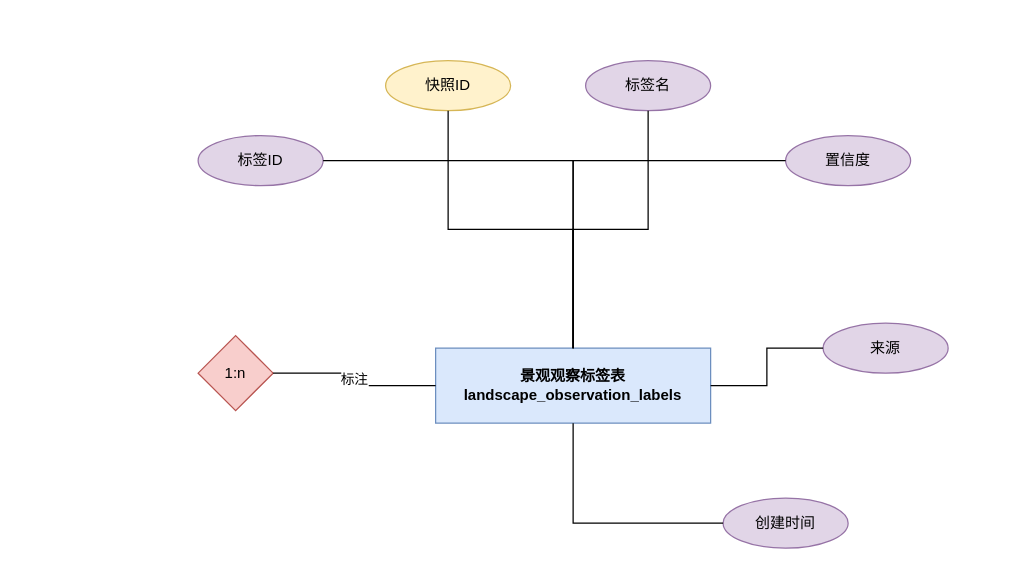
Earlier version of the draw.io diagram DOCS/architecture-diagrams/sources/景观观察标签表.drawio (612cs/TrailQuest). Source tidied: cells renumbered, new cells numbered last; positions are measured from the earlier drawing's top-left corner, leaving out a move shared by most shapes. Both pictures are drawn from the tidied source at 125%, with x=0, y=0 at pixel (198, 60).
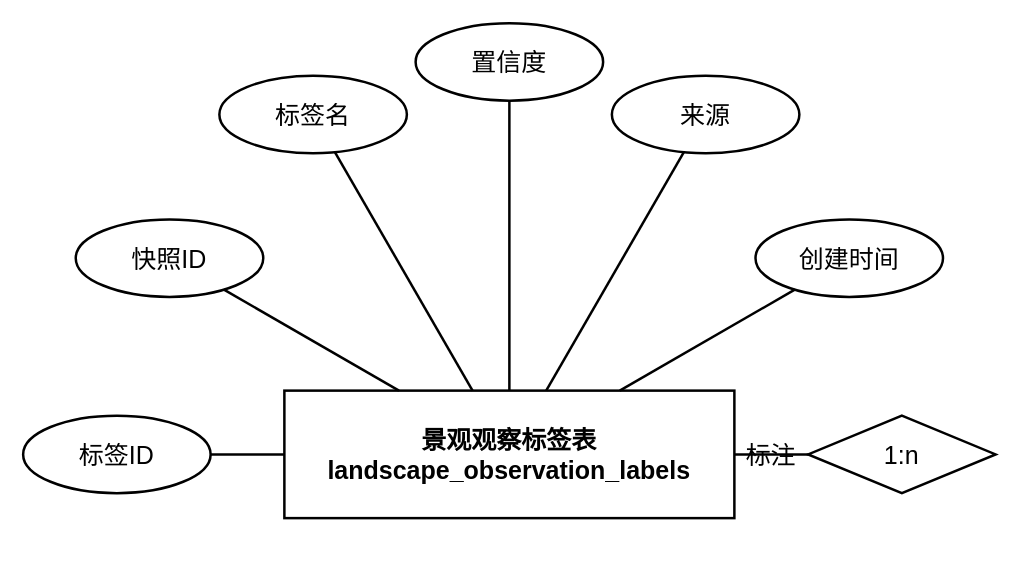
The same page after the edit.

The edit, as a diff of the source:
```diff
@@
 <mxGraphModel>
   <root>
     <mxCell id="0" />
     <mxCell id="1" parent="0" />
-    <mxCell id="2" value="景观观察标签表&#10;landscape_observation_labels" style="rounded=0;whiteSpace=wrap;html=1;fillColor=#dae8fc;strokeColor=#6c8ebf;fontSize=12;fontStyle=1;" parent="1" vertex="1">
-      <mxGeometry x="190" y="230" width="220" height="60" as="geometry" />
+    <mxCell id="2" value="景观观察标签表&#10;landscape_observation_labels" style="rounded=0;whiteSpace=wrap;html=1;fillColor=none;strokeColor=#000000;fontSize=20;fontStyle=1;gradientColor=none;fontColor=#000000;strokeWidth=2;shadow=0;glass=0;" parent="1" vertex="1">
+      <mxGeometry x="69" y="264" width="360" height="102" as="geometry" />
     </mxCell>
-    <mxCell id="3" value="标签ID" style="ellipse;whiteSpace=wrap;html=1;fillColor=#e1d5e7;strokeColor=#9673a6;" parent="1" vertex="1">
-      <mxGeometry y="60" width="100" height="40" as="geometry" />
+    <mxCell id="3" value="标签ID" style="ellipse;whiteSpace=wrap;html=1;fillColor=none;strokeColor=#000000;gradientColor=none;fontColor=#000000;fontSize=20;strokeWidth=2;shadow=0;glass=0;" parent="1" vertex="1">
+      <mxGeometry x="-140" y="284" width="150" height="62" as="geometry" />
     </mxCell>
-    <mxCell id="4" style="edgeStyle=orthogonalEdgeStyle;rounded=0;jettySize=auto;html=1;endArrow=none;endFill=0;" parent="1" edge="1" source="3" target="2">
+    <mxCell id="4" style="rounded=0;html=1;endArrow=none;endFill=0;strokeColor=#000000;strokeWidth=2;" parent="1" edge="1" source="3" target="2">
       <mxGeometry relative="1" as="geometry" />
     </mxCell>
-    <mxCell id="5" value="快照ID" style="ellipse;whiteSpace=wrap;html=1;fillColor=#fff2cc;strokeColor=#d6b656;" parent="1" vertex="1">
-      <mxGeometry x="150" width="100" height="40" as="geometry" />
+    <mxCell id="5" value="快照ID" style="ellipse;whiteSpace=wrap;html=1;fillColor=none;strokeColor=#000000;gradientColor=none;fontColor=#000000;fontSize=20;strokeWidth=2;shadow=0;glass=0;" parent="1" vertex="1">
+      <mxGeometry x="-97.9" y="127" width="150" height="62" as="geometry" />
     </mxCell>
-    <mxCell id="6" style="edgeStyle=orthogonalEdgeStyle;rounded=0;jettySize=auto;html=1;endArrow=none;endFill=0;" parent="1" edge="1" source="5" target="2">
+    <mxCell id="6" style="rounded=0;html=1;endArrow=none;endFill=0;strokeColor=#000000;strokeWidth=2;" parent="1" edge="1" source="5" target="2">
       <mxGeometry relative="1" as="geometry" />
     </mxCell>
-    <mxCell id="7" value="标签名" style="ellipse;whiteSpace=wrap;html=1;fillColor=#e1d5e7;strokeColor=#9673a6;" parent="1" vertex="1">
-      <mxGeometry x="310" width="100" height="40" as="geometry" />
+    <mxCell id="7" value="标签名" style="ellipse;whiteSpace=wrap;html=1;fillColor=none;strokeColor=#000000;gradientColor=none;fontColor=#000000;fontSize=20;strokeWidth=2;shadow=0;glass=0;" parent="1" vertex="1">
+      <mxGeometry x="17" y="12.1" width="150" height="62" as="geometry" />
     </mxCell>
-    <mxCell id="8" style="edgeStyle=orthogonalEdgeStyle;rounded=0;jettySize=auto;html=1;endArrow=none;endFill=0;" parent="1" edge="1" source="7" target="2">
+    <mxCell id="8" style="rounded=0;html=1;endArrow=none;endFill=0;strokeColor=#000000;strokeWidth=2;" parent="1" edge="1" source="7" target="2">
       <mxGeometry relative="1" as="geometry" />
     </mxCell>
-    <mxCell id="9" value="置信度" style="ellipse;whiteSpace=wrap;html=1;fillColor=#e1d5e7;strokeColor=#9673a6;" parent="1" vertex="1">
-      <mxGeometry x="470" y="60" width="100" height="40" as="geometry" />
+    <mxCell id="9" value="置信度" style="ellipse;whiteSpace=wrap;html=1;fillColor=none;strokeColor=#000000;gradientColor=none;fontColor=#000000;fontSize=20;strokeWidth=2;shadow=0;glass=0;" parent="1" vertex="1">
+      <mxGeometry x="174" y="-30" width="150" height="62" as="geometry" />
     </mxCell>
-    <mxCell id="10" style="edgeStyle=orthogonalEdgeStyle;rounded=0;jettySize=auto;html=1;endArrow=none;endFill=0;" parent="1" edge="1" source="9" target="2">
+    <mxCell id="10" style="rounded=0;html=1;endArrow=none;endFill=0;strokeColor=#000000;strokeWidth=2;" parent="1" edge="1" source="9" target="2">
       <mxGeometry relative="1" as="geometry" />
     </mxCell>
-    <mxCell id="11" value="来源" style="ellipse;whiteSpace=wrap;html=1;fillColor=#e1d5e7;strokeColor=#9673a6;" parent="1" vertex="1">
-      <mxGeometry x="500" y="210" width="100" height="40" as="geometry" />
+    <mxCell id="11" value="来源" style="ellipse;whiteSpace=wrap;html=1;fillColor=none;strokeColor=#000000;gradientColor=none;fontColor=#000000;fontSize=20;strokeWidth=2;shadow=0;glass=0;" parent="1" vertex="1">
+      <mxGeometry x="331" y="12.1" width="150" height="62" as="geometry" />
     </mxCell>
-    <mxCell id="12" style="edgeStyle=orthogonalEdgeStyle;rounded=0;jettySize=auto;html=1;endArrow=none;endFill=0;" parent="1" edge="1" source="11" target="2">
+    <mxCell id="12" style="rounded=0;html=1;endArrow=none;endFill=0;strokeColor=#000000;strokeWidth=2;" parent="1" edge="1" source="11" target="2">
       <mxGeometry relative="1" as="geometry" />
     </mxCell>
-    <mxCell id="13" value="创建时间" style="ellipse;whiteSpace=wrap;html=1;fillColor=#e1d5e7;strokeColor=#9673a6;" parent="1" vertex="1">
-      <mxGeometry x="420" y="350" width="100" height="40" as="geometry" />
+    <mxCell id="13" value="创建时间" style="ellipse;whiteSpace=wrap;html=1;fillColor=none;strokeColor=#000000;gradientColor=none;fontColor=#000000;fontSize=20;strokeWidth=2;shadow=0;glass=0;" parent="1" vertex="1">
+      <mxGeometry x="445.9" y="127" width="150" height="62" as="geometry" />
     </mxCell>
-    <mxCell id="14" style="edgeStyle=orthogonalEdgeStyle;rounded=0;jettySize=auto;html=1;endArrow=none;endFill=0;" parent="1" edge="1" source="13" target="2">
+    <mxCell id="14" style="rounded=0;html=1;endArrow=none;endFill=0;strokeColor=#000000;strokeWidth=2;" parent="1" edge="1" source="13" target="2">
       <mxGeometry relative="1" as="geometry" />
     </mxCell>
-    <mxCell id="15" value="1:n" style="rhombus;whiteSpace=wrap;html=1;fillColor=#f8cecc;strokeColor=#b85450;fontSize=12;" parent="1" vertex="1">
-      <mxGeometry y="220" width="60" height="60" as="geometry" />
+    <mxCell id="15" value="1:n" style="rhombus;whiteSpace=wrap;html=1;fillColor=none;strokeColor=#000000;fontSize=20;gradientColor=none;fontColor=#000000;strokeWidth=2;shadow=0;glass=0;" parent="1" vertex="1">
+      <mxGeometry x="488" y="284" width="150" height="62" as="geometry" />
     </mxCell>
-    <mxCell id="16" value="标注" style="edgeStyle=orthogonalEdgeStyle;rounded=0;jettySize=auto;html=1;endArrow=none;endFill=0;" parent="1" edge="1" source="15" target="2">
+    <mxCell id="16" value="标注" style="rounded=0;html=1;endArrow=none;endFill=0;strokeColor=#000000;strokeWidth=2;fontSize=20;fontColor=#000000;fontFamily=Arial;labelBackgroundColor=none;fillColor=none;gradientColor=none;shadow=0;" parent="1" edge="1" source="15" target="2">
       <mxGeometry relative="1" as="geometry" />
     </mxCell>
   </root>
 </mxGraphModel>
```
